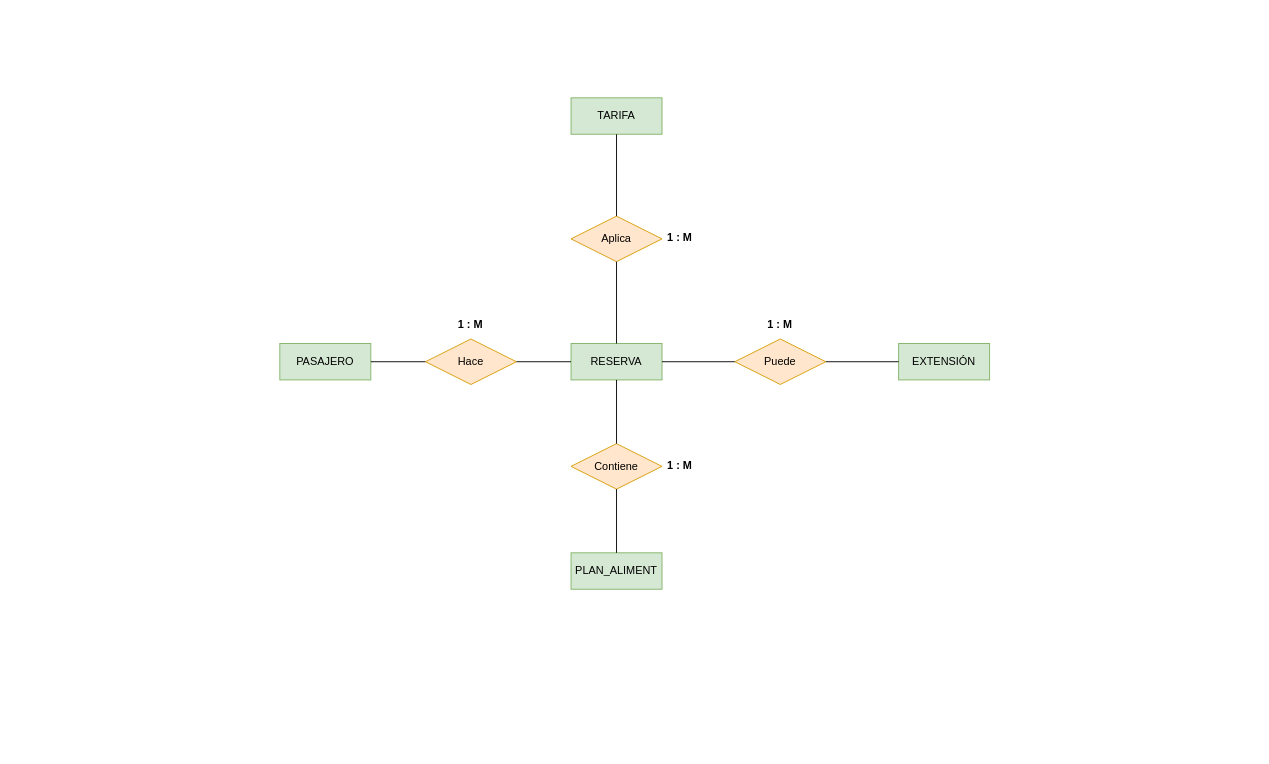
Above: Progreso_1/Consigna_P1_Correcion_V2.drawio in AngelDavidStudios/Diagramas_BdD_1 (draw.io), before the change. Source tidied: cells renumbered, new cells numbered last; positions are measured from the earlier drawing's top-left corner, leaving out a move shared by most shapes. Both pictures are drawn from the tidied source at 91%, with x=0, y=0 at pixel (279, 97).
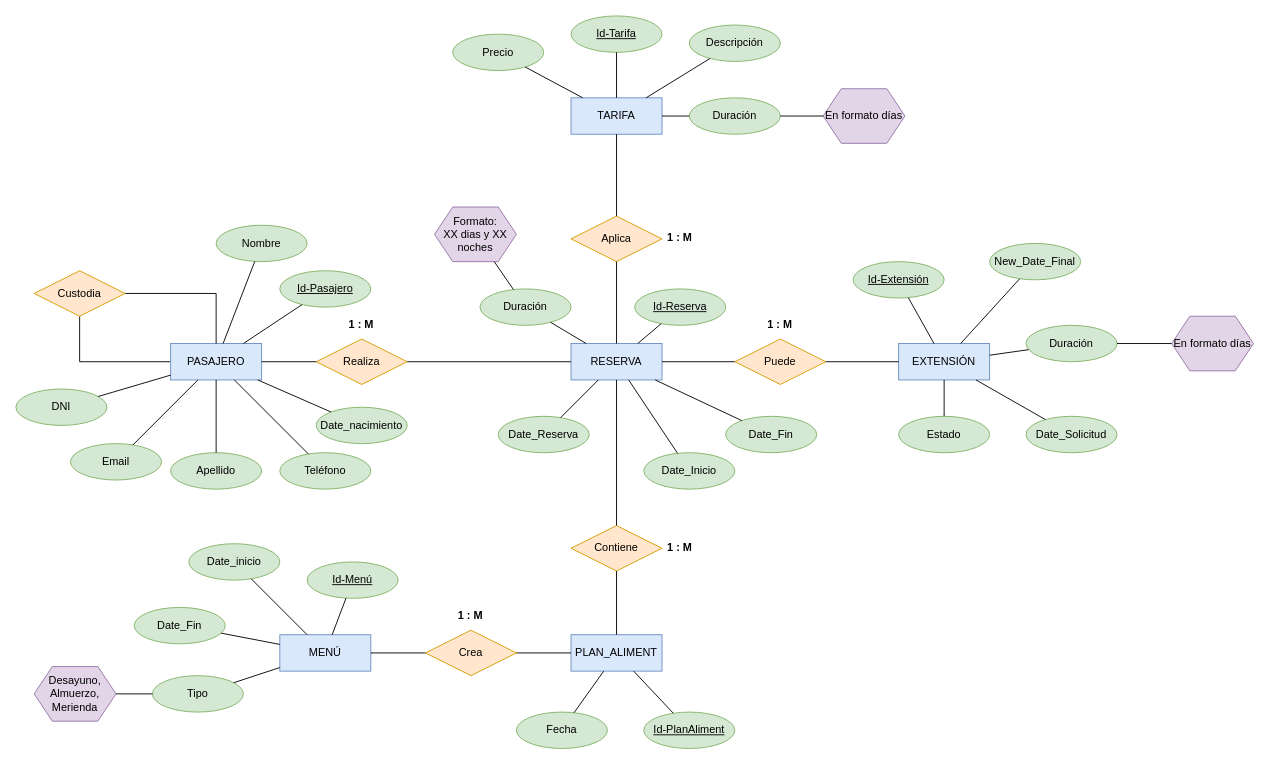
The same diagram, later.

Change to the diagram source:
```diff
@@
-    <mxCell id="2" value="RESERVA" style="whiteSpace=wrap;html=1;align=center;fillColor=#d5e8d4;strokeColor=#82b366;" parent="1" vertex="1">
+    <mxCell id="2" value="RESERVA" style="whiteSpace=wrap;html=1;align=center;fillColor=#dae8fc;strokeColor=#6c8ebf;" parent="1" vertex="1">
       <mxGeometry x="320" y="270" width="100" height="40" as="geometry" />
     </mxCell>
+    <mxCell id="23" style="edgeStyle=orthogonalEdgeStyle;rounded=0;jettySize=auto;html=1;entryX=0.5;entryY=1;entryDx=0;entryDy=0;endArrow=none;endFill=0;" parent="1" edge="1" source="3" target="66">
+      <mxGeometry relative="1" as="geometry" />
+    </mxCell>
-    <mxCell id="3" value="PASAJERO" style="whiteSpace=wrap;html=1;align=center;fillColor=#d5e8d4;strokeColor=#82b366;" parent="1" vertex="1">
-      <mxGeometry y="270" width="100" height="40" as="geometry" />
+    <mxCell id="3" value="PASAJERO" style="whiteSpace=wrap;html=1;align=center;fillColor=#dae8fc;strokeColor=#6c8ebf;" parent="1" vertex="1">
+      <mxGeometry x="-120" y="270" width="100" height="40" as="geometry" />
     </mxCell>
-    <mxCell id="4" value="Hace" style="shape=rhombus;perimeter=rhombusPerimeter;whiteSpace=wrap;html=1;align=center;fillColor=#ffe6cc;strokeColor=#d79b00;" parent="1" vertex="1">
-      <mxGeometry x="160" y="265" width="100" height="50" as="geometry" />
+    <mxCell id="4" value="Realiza" style="shape=rhombus;perimeter=rhombusPerimeter;whiteSpace=wrap;html=1;align=center;fillColor=#ffe6cc;strokeColor=#d79b00;" parent="1" vertex="1">
+      <mxGeometry x="40" y="265" width="100" height="50" as="geometry" />
     </mxCell>
@@
-    <mxCell id="8" value="EXTENSIÓN" style="whiteSpace=wrap;html=1;align=center;fillColor=#d5e8d4;strokeColor=#82b366;" parent="1" vertex="1">
+    <mxCell id="8" value="EXTENSIÓN" style="whiteSpace=wrap;html=1;align=center;fillColor=#dae8fc;strokeColor=#6c8ebf;" parent="1" vertex="1">
       <mxGeometry x="680" y="270" width="100" height="40" as="geometry" />
     </mxCell>
@@
     <mxCell id="10" value="1 : M" style="text;strokeColor=none;fillColor=none;spacingLeft=4;spacingRight=4;overflow=hidden;fontSize=12;whiteSpace=wrap;html=1;fontStyle=1;" parent="1" vertex="1">
-      <mxGeometry x="190" y="235" width="40" height="30" as="geometry" />
+      <mxGeometry x="70" y="235" width="40" height="30" as="geometry" />
     </mxCell>
@@
-    <mxCell id="14" value="TARIFA" style="whiteSpace=wrap;html=1;align=center;fillColor=#d5e8d4;strokeColor=#82b366;" parent="1" vertex="1">
+    <mxCell id="14" value="TARIFA" style="whiteSpace=wrap;html=1;align=center;fillColor=#dae8fc;strokeColor=#6c8ebf;" parent="1" vertex="1">
       <mxGeometry x="320" width="100" height="40" as="geometry" />
     </mxCell>
@@
     <mxCell id="18" value="Contiene" style="shape=rhombus;perimeter=rhombusPerimeter;whiteSpace=wrap;html=1;align=center;fillColor=#ffe6cc;strokeColor=#d79b00;" parent="1" vertex="1">
-      <mxGeometry x="320" y="380" width="100" height="50" as="geometry" />
+      <mxGeometry x="320" y="470" width="100" height="50" as="geometry" />
     </mxCell>
@@
-    <mxCell id="20" value="PLAN_ALIMENT" style="whiteSpace=wrap;html=1;align=center;fillColor=#d5e8d4;strokeColor=#82b366;" parent="1" vertex="1">
-      <mxGeometry x="320" y="500" width="100" height="40" as="geometry" />
+    <mxCell id="20" value="PLAN_ALIMENT" style="whiteSpace=wrap;html=1;align=center;fillColor=#dae8fc;strokeColor=#6c8ebf;" parent="1" vertex="1">
+      <mxGeometry x="320" y="590" width="100" height="40" as="geometry" />
     </mxCell>
@@
     <mxCell id="22" value="1 : M" style="text;strokeColor=none;fillColor=none;spacingLeft=4;spacingRight=4;overflow=hidden;fontSize=12;whiteSpace=wrap;html=1;fontStyle=1;" parent="1" vertex="1">
-      <mxGeometry x="420" y="390" width="40" height="30" as="geometry" />
+      <mxGeometry x="420" y="480" width="40" height="30" as="geometry" />
     </mxCell>
+    <mxCell id="24" value="MENÚ" style="whiteSpace=wrap;html=1;align=center;fillColor=#dae8fc;strokeColor=#6c8ebf;" parent="1" vertex="1">
+      <mxGeometry y="590" width="100" height="40" as="geometry" />
+    </mxCell>
+    <mxCell id="25" value="Crea" style="shape=rhombus;perimeter=rhombusPerimeter;whiteSpace=wrap;html=1;align=center;fillColor=#ffe6cc;strokeColor=#d79b00;" parent="1" vertex="1">
+      <mxGeometry x="160" y="585" width="100" height="50" as="geometry" />
+    </mxCell>
+    <mxCell id="26" style="endArrow=none;html=1;rounded=0;" parent="1" edge="1" source="24" target="25">
+      <mxGeometry relative="1" as="geometry" />
+    </mxCell>
+    <mxCell id="27" style="endArrow=none;html=1;rounded=0;" parent="1" edge="1" source="25" target="20">
+      <mxGeometry relative="1" as="geometry" />
+    </mxCell>
+    <mxCell id="28" value="1 : M" style="text;strokeColor=none;fillColor=none;spacingLeft=4;spacingRight=4;overflow=hidden;fontSize=12;whiteSpace=wrap;html=1;fontStyle=1;" parent="1" vertex="1">
+      <mxGeometry x="190" y="555" width="40" height="30" as="geometry" />
+    </mxCell>
+    <mxCell id="29" value="Date_inicio" style="ellipse;whiteSpace=wrap;html=1;align=center;fillColor=#d5e8d4;strokeColor=#82b366;" parent="1" vertex="1">
+      <mxGeometry x="-100" y="490" width="100" height="40" as="geometry" />
+    </mxCell>
+    <mxCell id="30" value="Date_Fin" style="ellipse;whiteSpace=wrap;html=1;align=center;fillColor=#d5e8d4;strokeColor=#82b366;" parent="1" vertex="1">
+      <mxGeometry x="-160" y="560" width="100" height="40" as="geometry" />
+    </mxCell>
+    <mxCell id="31" value="Id-Menú" style="ellipse;whiteSpace=wrap;html=1;align=center;fontStyle=4;fillColor=#d5e8d4;strokeColor=#82b366;" parent="1" vertex="1">
+      <mxGeometry x="30" y="510" width="100" height="40" as="geometry" />
+    </mxCell>
+    <mxCell id="32" style="endArrow=none;html=1;rounded=0;" parent="1" edge="1" source="31" target="24">
+      <mxGeometry relative="1" as="geometry" />
+    </mxCell>
+    <mxCell id="33" style="endArrow=none;html=1;rounded=0;" parent="1" edge="1" source="29" target="24">
+      <mxGeometry relative="1" as="geometry" />
+    </mxCell>
+    <mxCell id="34" style="endArrow=none;html=1;rounded=0;" parent="1" edge="1" source="30" target="24">
+      <mxGeometry relative="1" as="geometry" />
+    </mxCell>
+    <mxCell id="35" value="Tipo" style="ellipse;whiteSpace=wrap;html=1;align=center;fillColor=#d5e8d4;strokeColor=#82b366;" parent="1" vertex="1">
+      <mxGeometry x="-140" y="635" width="100" height="40" as="geometry" />
+    </mxCell>
+    <mxCell id="36" style="endArrow=none;html=1;rounded=0;" parent="1" edge="1" source="35" target="24">
+      <mxGeometry relative="1" as="geometry" />
+    </mxCell>
+    <mxCell id="37" value="Desayuno,&lt;div&gt;Almuerzo,&lt;/div&gt;&lt;div&gt;Merienda&lt;/div&gt;" style="shape=hexagon;perimeter=hexagonPerimeter2;whiteSpace=wrap;html=1;fixedSize=1;fillColor=#e1d5e7;strokeColor=#9673a6;" parent="1" vertex="1">
+      <mxGeometry x="-270" y="625" width="90" height="60" as="geometry" />
+    </mxCell>
+    <mxCell id="38" style="endArrow=none;html=1;rounded=0;" parent="1" edge="1" source="37" target="35">
+      <mxGeometry relative="1" as="geometry" />
+    </mxCell>
+    <mxCell id="39" value="Id-PlanAliment" style="ellipse;whiteSpace=wrap;html=1;align=center;fontStyle=4;fillColor=#d5e8d4;strokeColor=#82b366;" parent="1" vertex="1">
+      <mxGeometry x="400" y="675" width="100" height="40" as="geometry" />
+    </mxCell>
+    <mxCell id="40" value="Fecha" style="ellipse;whiteSpace=wrap;html=1;align=center;fillColor=#d5e8d4;strokeColor=#82b366;" parent="1" vertex="1">
+      <mxGeometry x="260" y="675" width="100" height="40" as="geometry" />
+    </mxCell>
+    <mxCell id="41" style="endArrow=none;html=1;rounded=0;" parent="1" edge="1" source="40" target="20">
+      <mxGeometry relative="1" as="geometry" />
+    </mxCell>
+    <mxCell id="42" style="endArrow=none;html=1;rounded=0;" parent="1" edge="1" source="20" target="39">
+      <mxGeometry relative="1" as="geometry" />
+    </mxCell>
+    <mxCell id="43" value="Id-Tarifa" style="ellipse;whiteSpace=wrap;html=1;align=center;fontStyle=4;fillColor=#d5e8d4;strokeColor=#82b366;" parent="1" vertex="1">
+      <mxGeometry x="320" y="-90" width="100" height="40" as="geometry" />
+    </mxCell>
+    <mxCell id="44" value="Precio" style="ellipse;whiteSpace=wrap;html=1;align=center;fillColor=#d5e8d4;strokeColor=#82b366;" parent="1" vertex="1">
+      <mxGeometry x="190" y="-70" width="100" height="40" as="geometry" />
+    </mxCell>
+    <mxCell id="45" style="endArrow=none;html=1;rounded=0;" parent="1" edge="1" source="44" target="14">
+      <mxGeometry relative="1" as="geometry" />
+    </mxCell>
+    <mxCell id="46" style="endArrow=none;html=1;rounded=0;" parent="1" edge="1" source="43" target="14">
+      <mxGeometry relative="1" as="geometry" />
+    </mxCell>
+    <mxCell id="47" value="Descripción" style="ellipse;whiteSpace=wrap;html=1;align=center;fillColor=#d5e8d4;strokeColor=#82b366;" parent="1" vertex="1">
+      <mxGeometry x="450" y="-80" width="100" height="40" as="geometry" />
+    </mxCell>
+    <mxCell id="48" style="endArrow=none;html=1;rounded=0;" parent="1" edge="1" source="14" target="47">
+      <mxGeometry relative="1" as="geometry" />
+    </mxCell>
+    <mxCell id="49" value="Duración" style="ellipse;whiteSpace=wrap;html=1;align=center;fillColor=#d5e8d4;strokeColor=#82b366;" parent="1" vertex="1">
+      <mxGeometry x="450" width="100" height="40" as="geometry" />
+    </mxCell>
+    <mxCell id="50" style="endArrow=none;html=1;rounded=0;" parent="1" edge="1" source="14" target="49">
+      <mxGeometry relative="1" as="geometry" />
+    </mxCell>
+    <mxCell id="51" value="En formato días" style="shape=hexagon;perimeter=hexagonPerimeter2;whiteSpace=wrap;html=1;fixedSize=1;fillColor=#e1d5e7;strokeColor=#9673a6;" parent="1" vertex="1">
+      <mxGeometry x="597" y="-10" width="90" height="60" as="geometry" />
+    </mxCell>
+    <mxCell id="52" style="endArrow=none;html=1;rounded=0;" parent="1" edge="1" source="49" target="51">
+      <mxGeometry relative="1" as="geometry" />
+    </mxCell>
+    <mxCell id="53" value="Id-Extensión" style="ellipse;whiteSpace=wrap;html=1;align=center;fontStyle=4;fillColor=#d5e8d4;strokeColor=#82b366;" parent="1" vertex="1">
+      <mxGeometry x="630" y="180" width="100" height="40" as="geometry" />
+    </mxCell>
+    <mxCell id="54" value="Date_Solicitud" style="ellipse;whiteSpace=wrap;html=1;align=center;fillColor=#d5e8d4;strokeColor=#82b366;" parent="1" vertex="1">
+      <mxGeometry x="820" y="350" width="100" height="40" as="geometry" />
+    </mxCell>
+    <mxCell id="55" value="New_Date_Final" style="ellipse;whiteSpace=wrap;html=1;align=center;fillColor=#d5e8d4;strokeColor=#82b366;" parent="1" vertex="1">
+      <mxGeometry x="780" y="160" width="100" height="40" as="geometry" />
+    </mxCell>
+    <mxCell id="56" value="Duración" style="ellipse;whiteSpace=wrap;html=1;align=center;fillColor=#d5e8d4;strokeColor=#82b366;" parent="1" vertex="1">
+      <mxGeometry x="820" y="250" width="100" height="40" as="geometry" />
+    </mxCell>
+    <mxCell id="57" value="En formato días" style="shape=hexagon;perimeter=hexagonPerimeter2;whiteSpace=wrap;html=1;fixedSize=1;fillColor=#e1d5e7;strokeColor=#9673a6;" parent="1" vertex="1">
+      <mxGeometry x="980" y="240" width="90" height="60" as="geometry" />
+    </mxCell>
+    <mxCell id="58" value="Estado" style="ellipse;whiteSpace=wrap;html=1;align=center;fillColor=#d5e8d4;strokeColor=#82b366;" parent="1" vertex="1">
+      <mxGeometry x="680" y="350" width="100" height="40" as="geometry" />
+    </mxCell>
+    <mxCell id="59" style="endArrow=none;html=1;rounded=0;" parent="1" edge="1" source="53" target="8">
+      <mxGeometry relative="1" as="geometry" />
+    </mxCell>
+    <mxCell id="60" style="endArrow=none;html=1;rounded=0;" parent="1" edge="1" source="55" target="8">
+      <mxGeometry relative="1" as="geometry" />
+    </mxCell>
+    <mxCell id="61" style="endArrow=none;html=1;rounded=0;" parent="1" edge="1" source="8" target="56">
+      <mxGeometry relative="1" as="geometry" />
+    </mxCell>
+    <mxCell id="62" style="endArrow=none;html=1;rounded=0;" parent="1" edge="1" source="8" target="58">
+      <mxGeometry relative="1" as="geometry" />
+    </mxCell>
+    <mxCell id="63" style="endArrow=none;html=1;rounded=0;" parent="1" edge="1" source="8" target="54">
+      <mxGeometry relative="1" as="geometry" />
+    </mxCell>
+    <mxCell id="64" style="endArrow=none;html=1;rounded=0;" parent="1" edge="1" source="56" target="57">
+      <mxGeometry relative="1" as="geometry" />
+    </mxCell>
+    <mxCell id="65" style="edgeStyle=orthogonalEdgeStyle;rounded=0;jettySize=auto;html=1;endArrow=none;endFill=0;" parent="1" edge="1" source="66" target="3">
+      <mxGeometry relative="1" as="geometry" />
+    </mxCell>
+    <mxCell id="66" value="Custodia" style="shape=rhombus;perimeter=rhombusPerimeter;whiteSpace=wrap;html=1;align=center;fillColor=#ffe6cc;strokeColor=#d79b00;" parent="1" vertex="1">
+      <mxGeometry x="-270" y="190" width="100" height="50" as="geometry" />
+    </mxCell>
+    <mxCell id="67" value="Id-Pasajero" style="ellipse;whiteSpace=wrap;html=1;align=center;fontStyle=4;fillColor=#d5e8d4;strokeColor=#82b366;" parent="1" vertex="1">
+      <mxGeometry y="190" width="100" height="40" as="geometry" />
+    </mxCell>
+    <mxCell id="68" value="Nombre" style="ellipse;whiteSpace=wrap;html=1;align=center;fillColor=#d5e8d4;strokeColor=#82b366;" parent="1" vertex="1">
+      <mxGeometry x="-70" y="140" width="100" height="40" as="geometry" />
+    </mxCell>
+    <mxCell id="69" value="Apellido" style="ellipse;whiteSpace=wrap;html=1;align=center;fillColor=#d5e8d4;strokeColor=#82b366;" parent="1" vertex="1">
+      <mxGeometry x="-120" y="390" width="100" height="40" as="geometry" />
+    </mxCell>
+    <mxCell id="70" value="Email" style="ellipse;whiteSpace=wrap;html=1;align=center;fillColor=#d5e8d4;strokeColor=#82b366;" parent="1" vertex="1">
+      <mxGeometry x="-230" y="380" width="100" height="40" as="geometry" />
+    </mxCell>
+    <mxCell id="71" value="DNI" style="ellipse;whiteSpace=wrap;html=1;align=center;fillColor=#d5e8d4;strokeColor=#82b366;" parent="1" vertex="1">
+      <mxGeometry x="-290" y="320" width="100" height="40" as="geometry" />
+    </mxCell>
+    <mxCell id="72" value="Teléfono" style="ellipse;whiteSpace=wrap;html=1;align=center;fillColor=#d5e8d4;strokeColor=#82b366;" parent="1" vertex="1">
+      <mxGeometry y="390" width="100" height="40" as="geometry" />
+    </mxCell>
+    <mxCell id="73" value="Date_nacimiento" style="ellipse;whiteSpace=wrap;html=1;align=center;fillColor=#d5e8d4;strokeColor=#82b366;" parent="1" vertex="1">
+      <mxGeometry x="40" y="340" width="100" height="40" as="geometry" />
+    </mxCell>
+    <mxCell id="74" style="endArrow=none;html=1;rounded=0;" parent="1" edge="1" source="71" target="3">
+      <mxGeometry relative="1" as="geometry" />
+    </mxCell>
+    <mxCell id="75" style="endArrow=none;html=1;rounded=0;" parent="1" edge="1" source="68" target="3">
+      <mxGeometry relative="1" as="geometry" />
+    </mxCell>
+    <mxCell id="76" style="endArrow=none;html=1;rounded=0;" parent="1" edge="1" source="67" target="3">
+      <mxGeometry relative="1" as="geometry" />
+    </mxCell>
+    <mxCell id="77" style="endArrow=none;html=1;rounded=0;" parent="1" edge="1" source="3" target="73">
+      <mxGeometry relative="1" as="geometry" />
+    </mxCell>
+    <mxCell id="78" style="endArrow=none;html=1;rounded=0;" parent="1" edge="1" source="3" target="72">
+      <mxGeometry relative="1" as="geometry" />
+    </mxCell>
+    <mxCell id="79" style="endArrow=none;html=1;rounded=0;" parent="1" edge="1" source="3" target="69">
+      <mxGeometry relative="1" as="geometry" />
+    </mxCell>
+    <mxCell id="80" style="endArrow=none;html=1;rounded=0;" parent="1" edge="1" source="70" target="3">
+      <mxGeometry relative="1" as="geometry" />
+    </mxCell>
+    <mxCell id="81" value="Id-Reserva" style="ellipse;whiteSpace=wrap;html=1;align=center;fontStyle=4;fillColor=#d5e8d4;strokeColor=#82b366;" parent="1" vertex="1">
+      <mxGeometry x="390" y="210" width="100" height="40" as="geometry" />
+    </mxCell>
+    <mxCell id="82" value="Date_Reserva" style="ellipse;whiteSpace=wrap;html=1;align=center;fillColor=#d5e8d4;strokeColor=#82b366;" parent="1" vertex="1">
+      <mxGeometry x="240" y="350" width="100" height="40" as="geometry" />
+    </mxCell>
+    <mxCell id="83" value="Date_Inicio" style="ellipse;whiteSpace=wrap;html=1;align=center;fillColor=#d5e8d4;strokeColor=#82b366;" parent="1" vertex="1">
+      <mxGeometry x="400" y="390" width="100" height="40" as="geometry" />
+    </mxCell>
+    <mxCell id="84" value="Date_Fin" style="ellipse;whiteSpace=wrap;html=1;align=center;fillColor=#d5e8d4;strokeColor=#82b366;" parent="1" vertex="1">
+      <mxGeometry x="490" y="350" width="100" height="40" as="geometry" />
+    </mxCell>
+    <mxCell id="85" style="endArrow=none;html=1;rounded=0;" parent="1" edge="1" source="81" target="2">
+      <mxGeometry relative="1" as="geometry" />
+    </mxCell>
+    <mxCell id="86" style="endArrow=none;html=1;rounded=0;" parent="1" edge="1" source="82" target="2">
+      <mxGeometry relative="1" as="geometry" />
+    </mxCell>
+    <mxCell id="87" style="endArrow=none;html=1;rounded=0;" parent="1" edge="1" source="84" target="2">
+      <mxGeometry relative="1" as="geometry" />
+    </mxCell>
+    <mxCell id="88" style="endArrow=none;html=1;rounded=0;" parent="1" edge="1" source="2" target="83">
+      <mxGeometry relative="1" as="geometry" />
+    </mxCell>
+    <mxCell id="89" value="Duración" style="ellipse;whiteSpace=wrap;html=1;align=center;fillColor=#d5e8d4;strokeColor=#82b366;" parent="1" vertex="1">
+      <mxGeometry x="220" y="210" width="100" height="40" as="geometry" />
+    </mxCell>
+    <mxCell id="90" value="Formato:&lt;br&gt;XX dias y XX noches" style="shape=hexagon;perimeter=hexagonPerimeter2;whiteSpace=wrap;html=1;fixedSize=1;fillColor=#e1d5e7;strokeColor=#9673a6;" parent="1" vertex="1">
+      <mxGeometry x="170" y="120" width="90" height="60" as="geometry" />
+    </mxCell>
+    <mxCell id="91" style="endArrow=none;html=1;rounded=0;" parent="1" edge="1" source="89" target="2">
+      <mxGeometry relative="1" as="geometry" />
+    </mxCell>
+    <mxCell id="92" style="endArrow=none;html=1;rounded=0;" parent="1" edge="1" source="90" target="89">
+      <mxGeometry relative="1" as="geometry" />
+    </mxCell>
```
